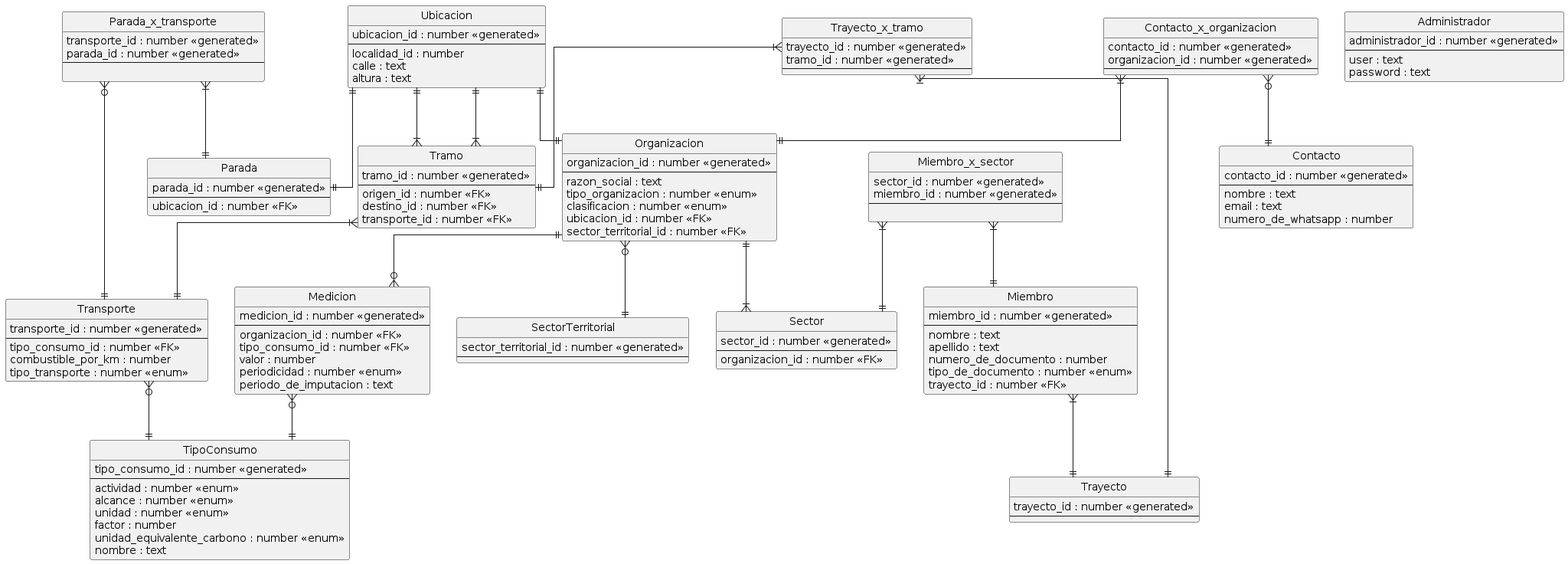
mbeorlegui/tpa-dds-2022 keeps this PlantUML diagram as out/DER/DER.png. Above is the earlier version.
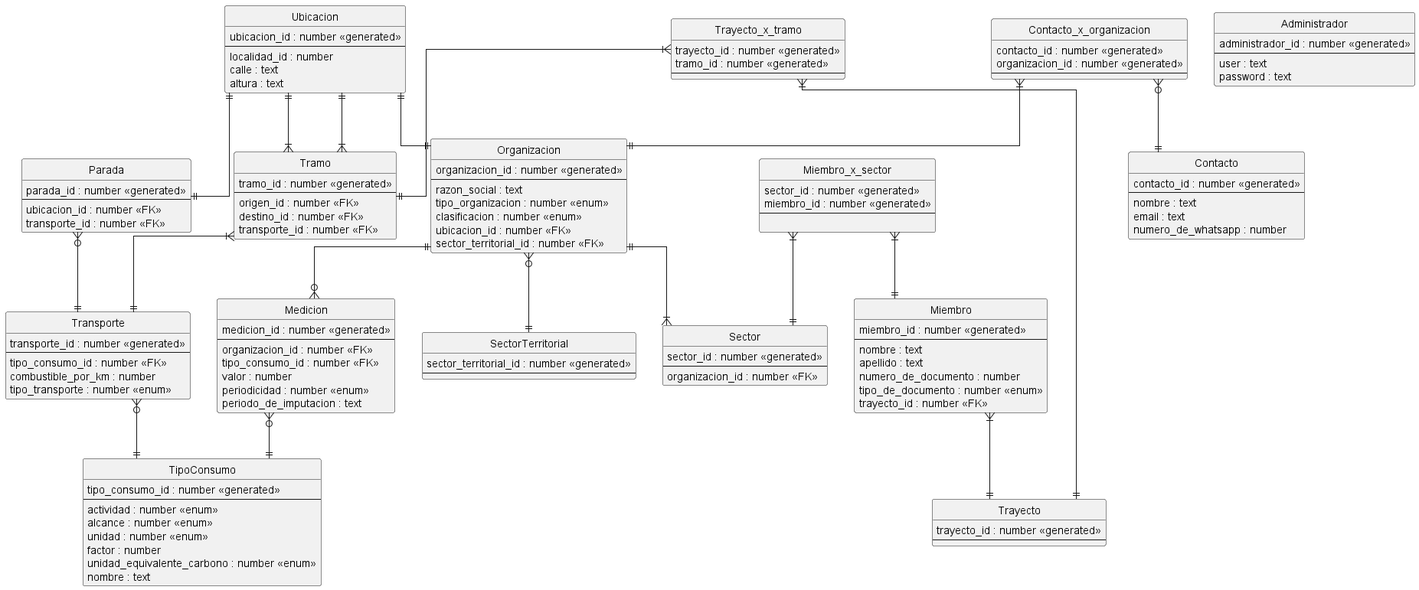
The same file after the commit.

Commit message:
Fix: relacion transporte-parada a one-to-many en der

Change to the diagram source:
```diff
@@ -111,17 +111,11 @@
   --
 }
 
-entity Parada_x_transporte {
-  transporte_id : number <<generated>>
-  parada_id : number <<generated>>
-  --
-
-}
-
 entity Parada {
   parada_id : number <<generated>>
   --
   ubicacion_id : number <<FK>>
+  transporte_id : number <<FK>>
 }
 
 entity Administrador {
@@ -149,7 +143,6 @@
 Miembro_x_sector }|--||Sector
 Trayecto_x_tramo }|--||Tramo
 Trayecto_x_tramo }|--||Trayecto
-Parada_x_transporte }o--||Transporte
-Parada_x_transporte }|--||Parada
+Parada }o--||Transporte
 
 @enduml
```
